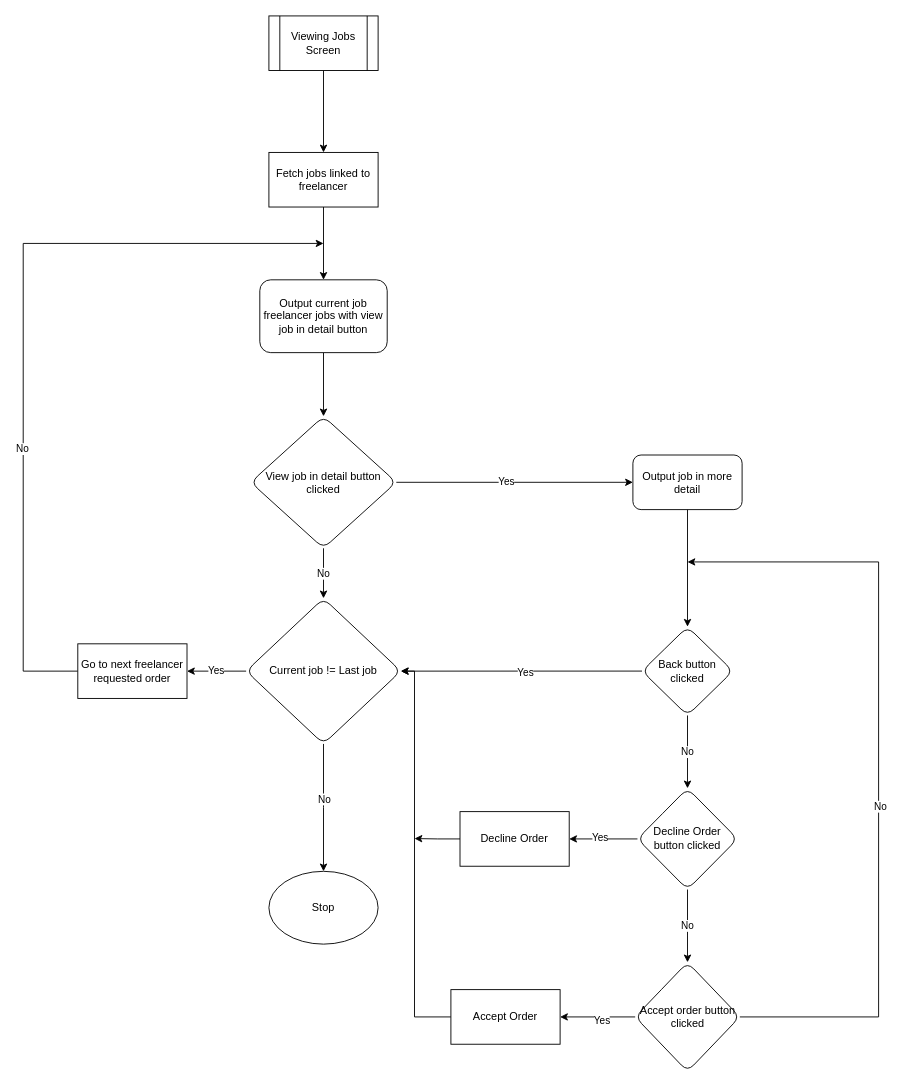
trndnd/ALevelTkinterWork keeps this draw.io diagram as ViewingJobFlowchart.drawio. Above is the earlier version. Source tidied: cells renumbered, new cells numbered last; positions are measured from the earlier drawing's top-left corner, leaving out a move shared by most shapes. Both pictures are drawn from the tidied source at 91%, with x=0, y=0 at pixel (23, 15).
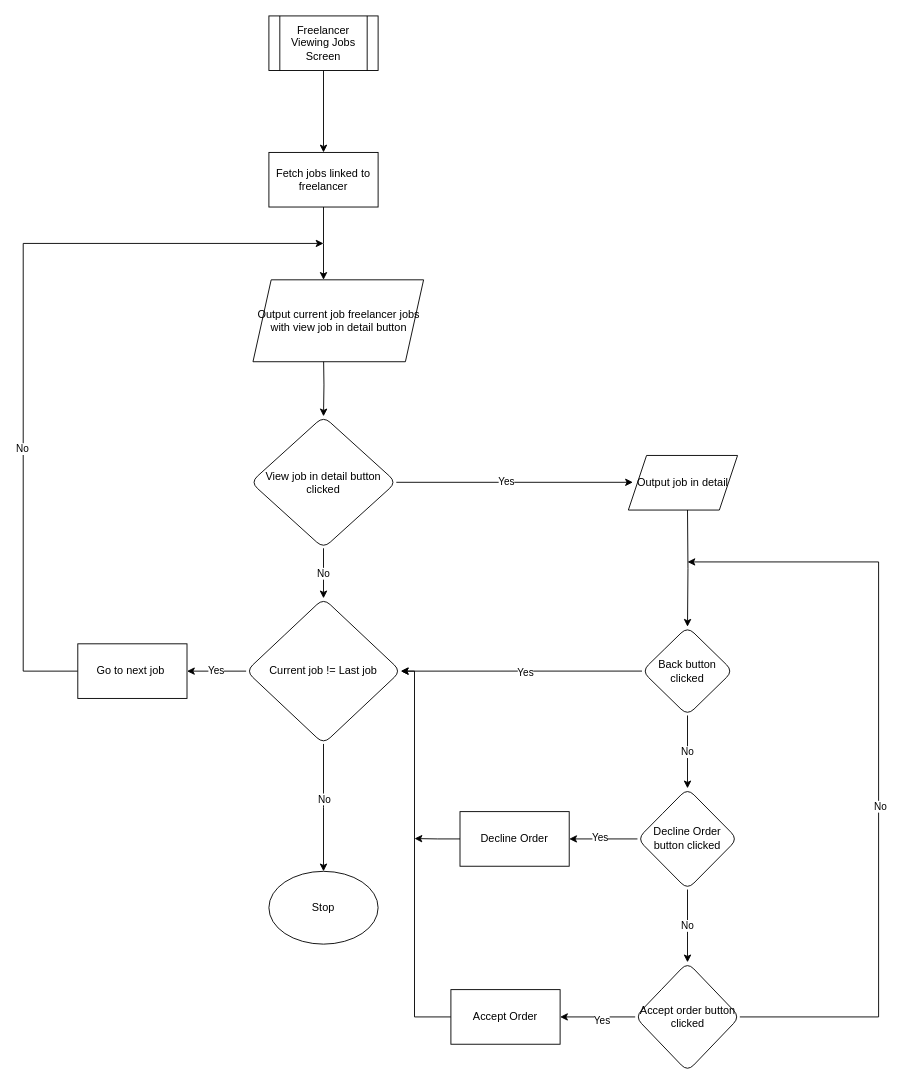
The same page after the edit.

The change refers to these unchanged cells:
```xml
<mxCell id="5" value="Fetch jobs linked to freelancer" style="rounded=0;whiteSpace=wrap;html=1;" parent="1" vertex="1">
  <mxGeometry x="270" y="150" width="120" height="60" as="geometry" />
</mxCell>
<mxCell id="11" value="View job in detail button clicked" style="rhombus;whiteSpace=wrap;html=1;rounded=1;" parent="1" vertex="1">
  <mxGeometry x="250" y="440" width="160" height="145" as="geometry" />
</mxCell>
<mxCell id="24" value="Back button clicked" style="rhombus;whiteSpace=wrap;html=1;rounded=1;" parent="1" vertex="1">
  <mxGeometry x="680" y="671.2" width="100" height="97.5" as="geometry" />
</mxCell>
```

Change to the diagram source:
```diff
@@
-    <mxCell id="3" value="Viewing Jobs Screen" style="shape=process;whiteSpace=wrap;html=1;backgroundOutline=1;" parent="1" vertex="1">
+    <mxCell id="3" value="Freelancer Viewing Jobs Screen" style="shape=process;whiteSpace=wrap;html=1;backgroundOutline=1;" parent="1" vertex="1">
       <mxGeometry x="270" width="120" height="60" as="geometry" />
     </mxCell>
-    <mxCell id="4" style="edgeStyle=orthogonalEdgeStyle;rounded=0;jettySize=auto;html=1;exitX=0.5;exitY=1;exitDx=0;exitDy=0;" parent="1" edge="1" source="5" target="7">
-      <mxGeometry relative="1" as="geometry" />
+    <mxCell id="4" style="edgeStyle=orthogonalEdgeStyle;rounded=0;jettySize=auto;html=1;exitX=0.5;exitY=1;exitDx=0;exitDy=0;" parent="1" edge="1" source="5">
+      <mxGeometry relative="1" as="geometry">
+        <mxPoint x="330" y="290" as="targetPoint" />
+      </mxGeometry>
     </mxCell>
@@
-    <mxCell id="6" style="edgeStyle=orthogonalEdgeStyle;rounded=0;jettySize=auto;html=1;" parent="1" edge="1" source="7" target="11">
-      <mxGeometry relative="1" as="geometry" />
+    <mxCell id="6" style="edgeStyle=orthogonalEdgeStyle;rounded=0;jettySize=auto;html=1;" parent="1" edge="1" target="11">
+      <mxGeometry relative="1" as="geometry">
+        <mxPoint x="330" y="370" as="sourcePoint" />
+      </mxGeometry>
     </mxCell>
-    <mxCell id="7" value="Output current job freelancer jobs with view job in detail button" style="rounded=1;whiteSpace=wrap;html=1;" parent="1" vertex="1">
-      <mxGeometry x="260" y="290" width="140" height="80" as="geometry" />
-    </mxCell>
-    <mxCell id="8" style="edgeStyle=orthogonalEdgeStyle;rounded=0;jettySize=auto;html=1;" parent="1" edge="1" source="11" target="13">
-      <mxGeometry relative="1" as="geometry" />
+    <mxCell id="8" style="edgeStyle=orthogonalEdgeStyle;rounded=0;jettySize=auto;html=1;" parent="1" edge="1" source="11">
+      <mxGeometry relative="1" as="geometry">
+        <mxPoint x="670" y="512.5" as="targetPoint" />
+      </mxGeometry>
     </mxCell>
@@
-    <mxCell id="12" style="edgeStyle=orthogonalEdgeStyle;rounded=0;jettySize=auto;html=1;" parent="1" edge="1" source="13" target="24">
-      <mxGeometry relative="1" as="geometry" />
+    <mxCell id="12" style="edgeStyle=orthogonalEdgeStyle;rounded=0;jettySize=auto;html=1;" parent="1" edge="1" target="24">
+      <mxGeometry relative="1" as="geometry">
+        <mxPoint x="730" y="542.5" as="sourcePoint" />
+      </mxGeometry>
     </mxCell>
-    <mxCell id="13" value="Output job in more detail" style="whiteSpace=wrap;html=1;rounded=1;" parent="1" vertex="1">
-      <mxGeometry x="670" y="482.5" width="120" height="60" as="geometry" />
-    </mxCell>
@@
-    <mxCell id="16" value="Go to next freelancer requested order" style="rounded=0;whiteSpace=wrap;html=1;" parent="1" vertex="1">
+    <mxCell id="16" value="Go to next job&amp;nbsp;" style="rounded=0;whiteSpace=wrap;html=1;" parent="1" vertex="1">
       <mxGeometry x="60" y="690" width="120" height="60" as="geometry" />
     </mxCell>
@@
+    <mxCell id="39" value="Output job in detail" style="shape=parallelogram;perimeter=parallelogramPerimeter;whiteSpace=wrap;html=1;fixedSize=1;" parent="1" vertex="1">
+      <mxGeometry x="665" y="483" width="120" height="60" as="geometry" />
+    </mxCell>
+    <mxCell id="7" value="Output current job freelancer jobs with view job in detail button" style="shape=parallelogram;perimeter=parallelogramPerimeter;whiteSpace=wrap;html=1;fixedSize=1;" parent="1" vertex="1">
+      <mxGeometry x="252.5" y="290" width="187.5" height="90" as="geometry" />
+    </mxCell>
```
